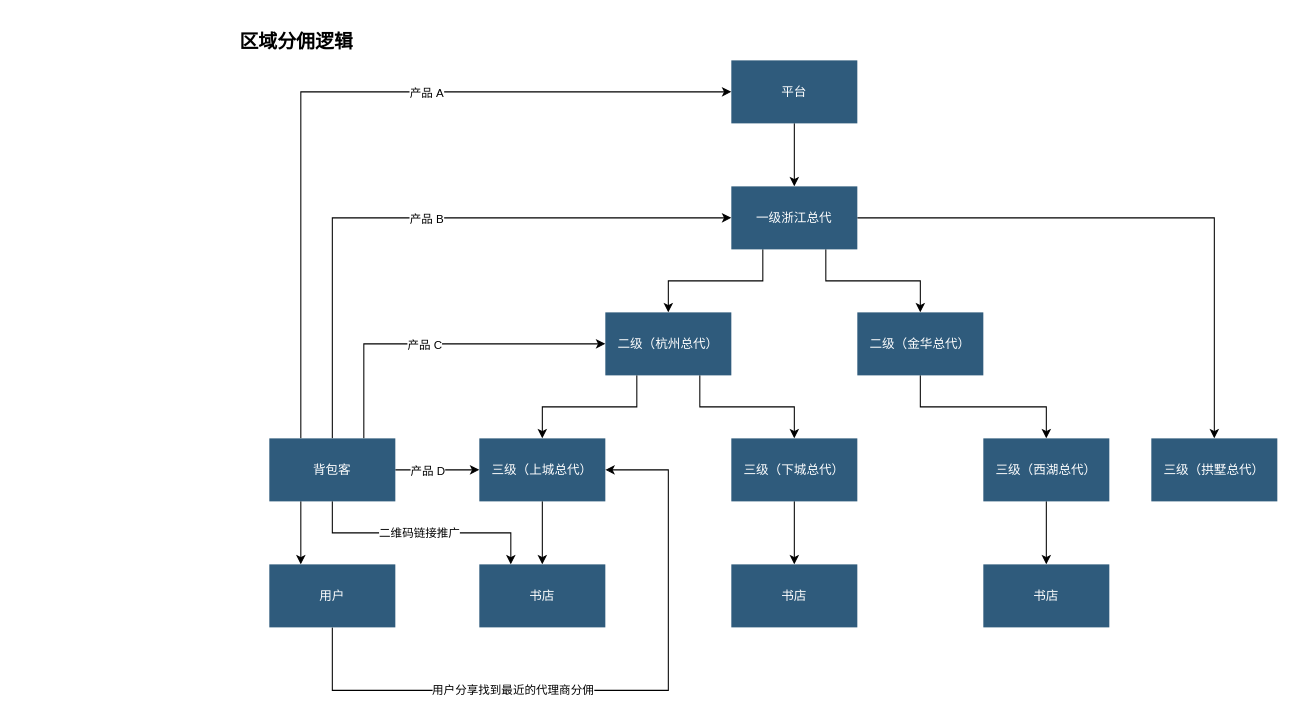
The draw.io diagram page "区域分佣" (2 of 3) of 分佣模式.drawio in xiaoming728/draw, before the edit. Source tidied: cells renumbered, new cells numbered last; positions are measured from the earlier drawing's top-left corner, leaving out a move shared by most shapes. Both pictures are drawn from the tidied source at 105%, with x=0, y=0 at pixel (237, 18).
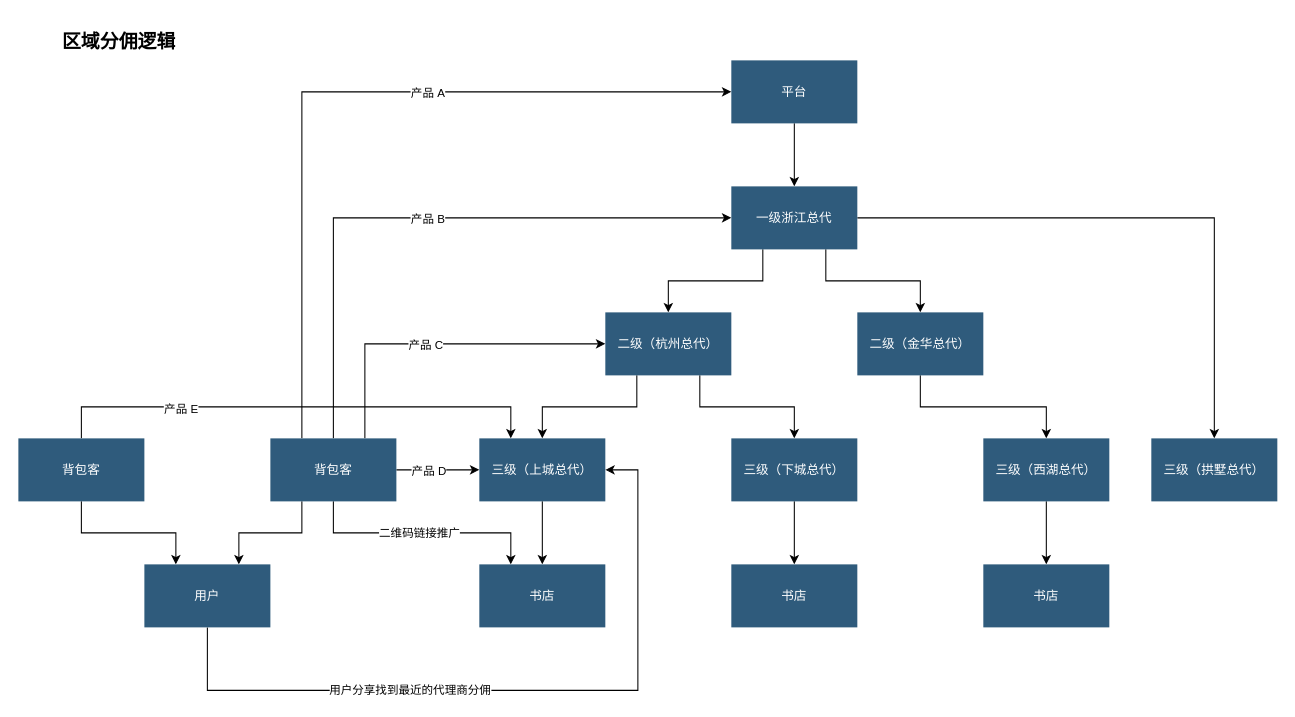
Above is the later version.

Commit message:
更新分佣模式.drawio

The change refers to these unchanged cells:
```xml
<mxCell id="13" value="三级（上城总代）" style="whiteSpace=wrap;shadow=0;fontColor=#FFFFFF;fontFamily=Helvetica;fontStyle=0;html=1;fontSize=12;plain-purple;strokeColor=none;fillColor=#2f5b7c;gradientColor=none;spacing=6;verticalAlign=middle;" parent="1" vertex="1">
  <mxGeometry x="230" y="400" width="120" height="60" as="geometry" />
</mxCell>
```

Diff of the diagram source:
```diff
@@
     <mxCell id="2" value="&lt;h1 style=&quot;margin-top: 0px;&quot;&gt;&lt;span style=&quot;font-size: 18px;&quot;&gt;区域分佣逻辑&lt;/span&gt;&lt;/h1&gt;&lt;div&gt;&lt;span style=&quot;font-size: 18px; background-color: transparent; color: light-dark(rgb(0, 0, 0), rgb(255, 255, 255)); white-space: pre;&quot;&gt;&#9;&lt;/span&gt;&lt;/div&gt;" style="text;html=1;whiteSpace=wrap;overflow=hidden;rounded=0;" parent="1" vertex="1">
-      <mxGeometry width="270" height="40" as="geometry" />
+      <mxGeometry x="-169" width="270" height="40" as="geometry" />
     </mxCell>
@@
-    <mxCell id="33" style="edgeStyle=orthogonalEdgeStyle;rounded=0;jettySize=auto;html=1;exitX=0.25;exitY=1;exitDx=0;exitDy=0;entryX=0.25;entryY=0;entryDx=0;entryDy=0;" parent="1" edge="1" source="34" target="38">
+    <mxCell id="33" style="edgeStyle=orthogonalEdgeStyle;rounded=0;jettySize=auto;html=1;exitX=0.25;exitY=1;exitDx=0;exitDy=0;entryX=0.75;entryY=0;entryDx=0;entryDy=0;" parent="1" edge="1" source="34" target="38">
       <mxGeometry relative="1" as="geometry" />
     </mxCell>
     <mxCell id="34" value="背包客" style="whiteSpace=wrap;shadow=0;fontColor=#FFFFFF;fontFamily=Helvetica;fontStyle=0;html=1;fontSize=12;plain-purple;strokeColor=none;fillColor=#2f5b7c;gradientColor=none;spacing=6;verticalAlign=middle;" parent="1" vertex="1">
-      <mxGeometry x="30" y="400" width="120" height="60" as="geometry" />
+      <mxGeometry x="31" y="400" width="120" height="60" as="geometry" />
     </mxCell>
@@
     <mxCell id="36" style="edgeStyle=orthogonalEdgeStyle;rounded=0;jettySize=auto;html=1;exitX=0.5;exitY=1;exitDx=0;exitDy=0;entryX=1;entryY=0.5;entryDx=0;entryDy=0;" parent="1" edge="1" source="38" target="13">
       <mxGeometry relative="1" as="geometry">
         <Array as="points">
-          <mxPoint x="90" y="640" />
-          <mxPoint x="410" y="640" />
-          <mxPoint x="410" y="430" />
+          <mxPoint x="-29" y="640" />
+          <mxPoint x="381" y="640" />
+          <mxPoint x="381" y="430" />
         </Array>
       </mxGeometry>
     </mxCell>
@@
     <mxCell id="38" value="用户" style="whiteSpace=wrap;shadow=0;fontColor=#FFFFFF;fontFamily=Helvetica;fontStyle=0;html=1;fontSize=12;plain-purple;strokeColor=none;fillColor=#2f5b7c;gradientColor=none;spacing=6;verticalAlign=middle;" parent="1" vertex="1">
-      <mxGeometry x="30" y="520" width="120" height="60" as="geometry" />
+      <mxGeometry x="-89" y="520" width="120" height="60" as="geometry" />
     </mxCell>
+    <mxCell id="39" style="edgeStyle=orthogonalEdgeStyle;rounded=0;jettySize=auto;html=1;exitX=0.5;exitY=1;exitDx=0;exitDy=0;entryX=0.25;entryY=0;entryDx=0;entryDy=0;" parent="1" edge="1" source="42" target="38">
+      <mxGeometry relative="1" as="geometry" />
+    </mxCell>
+    <mxCell id="40" style="edgeStyle=orthogonalEdgeStyle;rounded=0;jettySize=auto;html=1;exitX=0.5;exitY=0;exitDx=0;exitDy=0;entryX=0.25;entryY=0;entryDx=0;entryDy=0;" parent="1" edge="1" source="42" target="13">
+      <mxGeometry relative="1" as="geometry">
+        <Array as="points">
+          <mxPoint x="-149" y="370" />
+          <mxPoint x="260" y="370" />
+        </Array>
+      </mxGeometry>
+    </mxCell>
+    <mxCell id="41" value="产品 E" style="edgeLabel;html=1;align=center;verticalAlign=middle;" parent="40" vertex="1">
+      <mxGeometry x="-0.47" y="-1" relative="1" as="geometry" />
+    </mxCell>
+    <mxCell id="42" value="背包客" style="whiteSpace=wrap;shadow=0;fontColor=#FFFFFF;fontFamily=Helvetica;fontStyle=0;html=1;fontSize=12;plain-purple;strokeColor=none;fillColor=#2f5b7c;gradientColor=none;spacing=6;verticalAlign=middle;" parent="1" vertex="1">
+      <mxGeometry x="-209" y="400" width="120" height="60" as="geometry" />
+    </mxCell>
```
